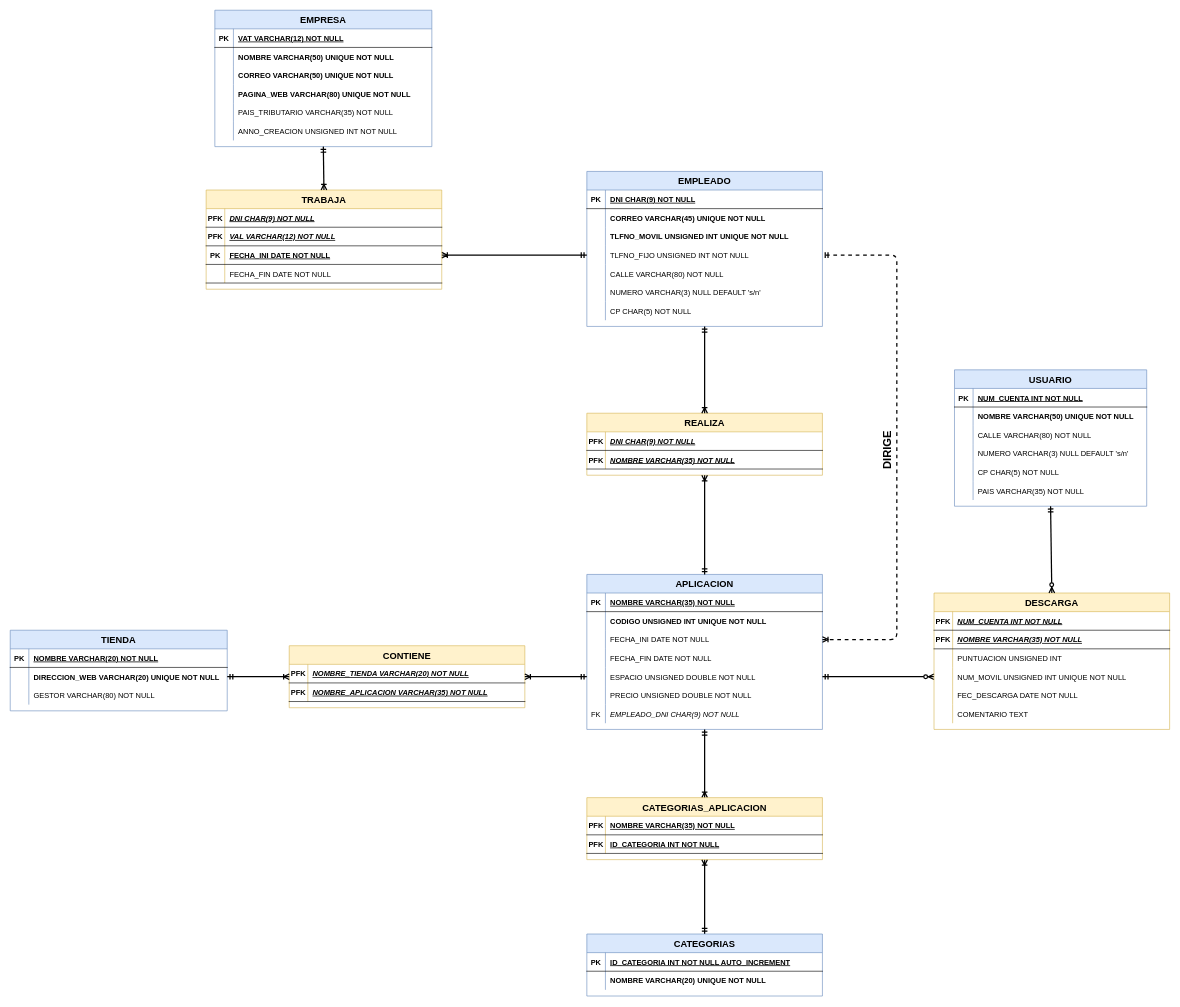
Before: DiagramaRelacional.drawio in AlbertoUAH/Bases-de-datos-SQL, a draw.io diagram. Source tidied: cells renumbered, new cells numbered last; positions are measured from the earlier drawing's top-left corner, leaving out a move shared by most shapes. Both pictures are drawn from the tidied source at 62%, with x=0, y=0 at pixel (10, 10).
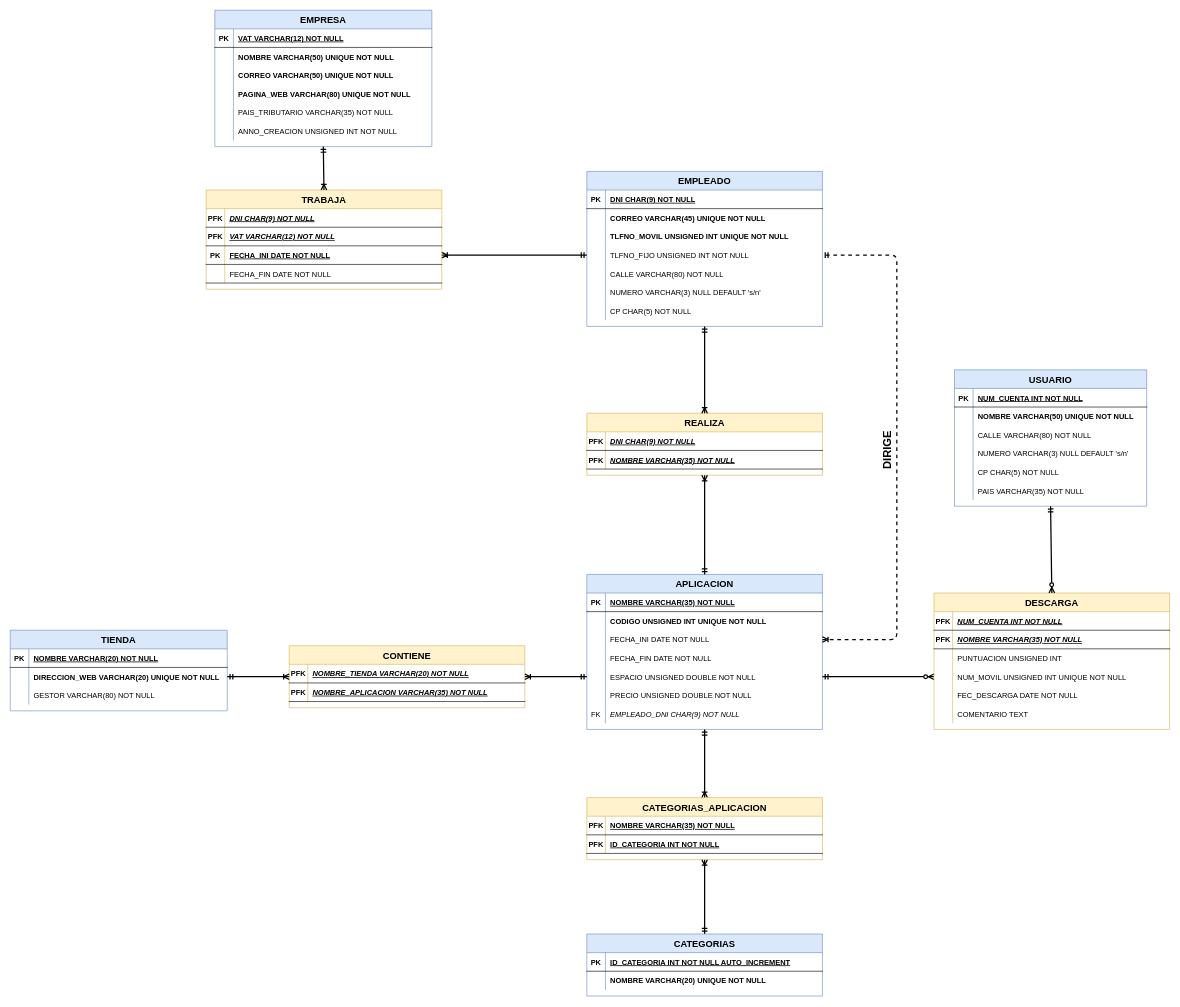
After the change.

Unchanged cells that the change refers to:
```xml
<mxCell id="100" style="shape=partialRectangle;fillColor=none;top=0;left=0;right=0;bottom=1;" parent="96" vertex="1">
  <mxGeometry y="60" width="380" height="30" as="geometry" />
</mxCell>
```

Change to the diagram source:
```diff
@@
-    <mxCell id="102" value="VAL VARCHAR(12) NOT NULL" style="shape=partialRectangle;overflow=hidden;fillColor=none;top=0;left=0;bottom=0;right=0;align=left;spacingLeft=6;fontStyle=7;" parent="100" vertex="1">
+    <mxCell id="102" value="VAT VARCHAR(12) NOT NULL" style="shape=partialRectangle;overflow=hidden;fillColor=none;top=0;left=0;bottom=0;right=0;align=left;spacingLeft=6;fontStyle=7;" parent="100" vertex="1">
       <mxGeometry x="30" width="350" height="30" as="geometry" />
     </mxCell>
```
